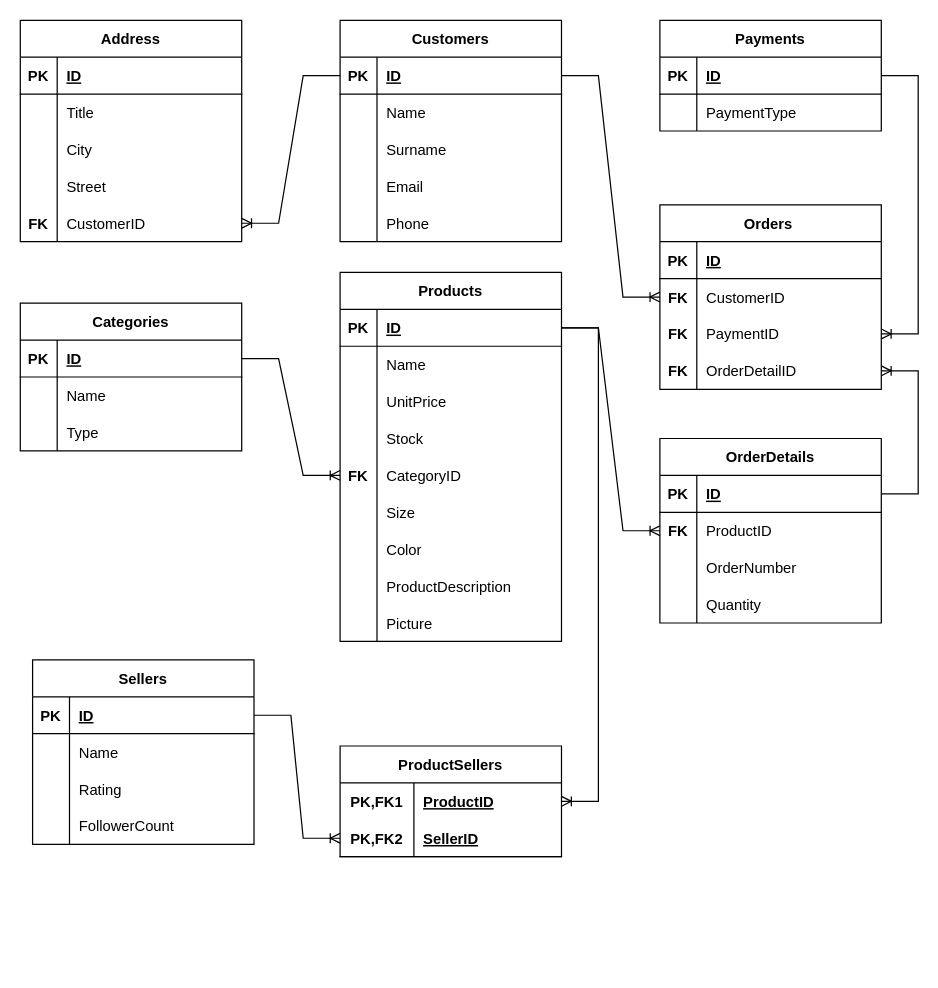
Before: E-Commerce-erDiagrams.drawio in niluferdone/EtiyaAkademi-Python, a draw.io diagram. Source tidied: cells renumbered, new cells numbered last; positions are measured from the earlier drawing's top-left corner, leaving out a move shared by most shapes. Both pictures are drawn from the tidied source at 123%, with x=0, y=0 at pixel (20, 20).
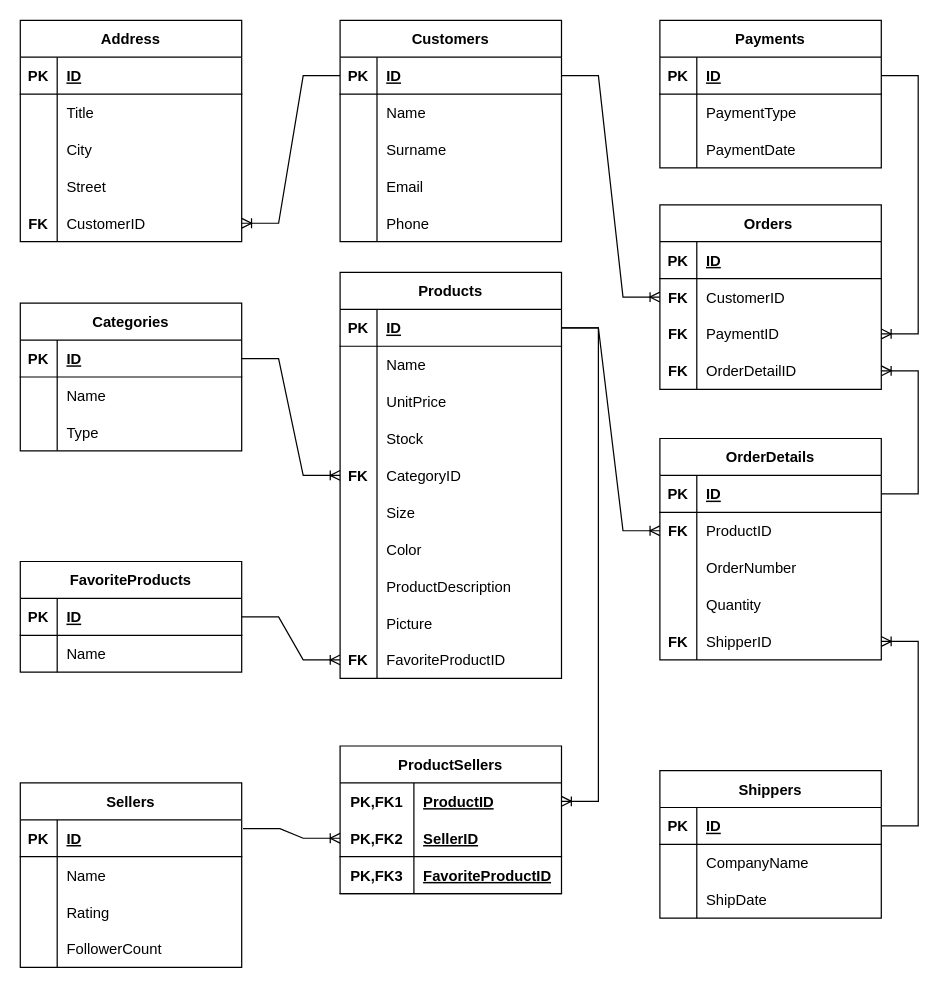
After the change.

The change refers to these unchanged cells:
```xml
<mxCell id="36" style="shape=tableRow;horizontal=0;startSize=0;swimlaneHead=0;swimlaneBody=0;fillColor=none;points=[[0,0.5],[1,0.5]];portConstraint=eastwest;top=0;left=0;right=0;bottom=1;" parent="35" vertex="1">
  <mxGeometry y="30" width="180" height="30" as="geometry" />
</mxCell>
<mxCell id="91" style="shape=tableRow;horizontal=0;startSize=0;swimlaneHead=0;swimlaneBody=0;fillColor=none;points=[[0,0.5],[1,0.5]];portConstraint=eastwest;top=0;left=0;right=0;bottom=1;" parent="87" vertex="1">
  <mxGeometry y="60" width="180" height="30" as="geometry" />
</mxCell>
```

What changed in the source:
```diff
@@
     <mxCell id="35" value="Sellers" style="shape=table;startSize=30;childLayout=tableLayout;rowLines=0;fontStyle=1;align=center;" parent="1" vertex="1">
-      <mxGeometry x="10" y="520" width="180" height="150" as="geometry" />
+      <mxGeometry y="620" width="180" height="150" as="geometry" />
     </mxCell>
@@
     <mxCell id="48" value="Products" style="shape=table;startSize=30;childLayout=tableLayout;rowLines=0;fontStyle=1;align=center;" parent="1" vertex="1">
-      <mxGeometry x="260" y="205" width="180" height="300" as="geometry" />
+      <mxGeometry x="260" y="205" width="180" height="330" as="geometry" />
     </mxCell>
@@
+    <mxCell id="133" style="shape=tableRow;horizontal=0;startSize=0;swimlaneHead=0;swimlaneBody=0;fillColor=none;points=[[0,0.5],[1,0.5]];portConstraint=eastwest;top=0;left=0;right=0;bottom=0;" parent="48" vertex="1">
+      <mxGeometry y="300" width="180" height="30" as="geometry" />
+    </mxCell>
+    <mxCell id="134" value="FK" style="shape=partialRectangle;fillColor=none;top=0;left=0;bottom=0;right=0;overflow=hidden;fontStyle=1;" parent="133" vertex="1">
+      <mxGeometry width="30" height="30" as="geometry" />
+    </mxCell>
+    <mxCell id="135" value="FavoriteProductID" style="shape=partialRectangle;fillColor=none;top=0;left=0;bottom=0;right=0;align=left;spacingLeft=6;overflow=hidden;" parent="133" vertex="1">
+      <mxGeometry x="30" width="150" height="30" as="geometry" />
+    </mxCell>
@@
     <mxCell id="87" value="ProductSellers" style="shape=table;startSize=30;childLayout=tableLayout;rowLines=0;fontStyle=1;align=center;" parent="1" vertex="1">
-      <mxGeometry x="260" y="590" width="180" height="90" as="geometry" />
+      <mxGeometry x="260" y="590" width="180" height="120" as="geometry" />
     </mxCell>
@@
+    <mxCell id="136" style="shape=tableRow;horizontal=0;startSize=0;swimlaneHead=0;swimlaneBody=0;fillColor=none;top=0;left=0;right=0;bottom=1;" parent="87" vertex="1">
+      <mxGeometry y="90" width="180" height="30" as="geometry" />
+    </mxCell>
+    <mxCell id="137" value="PK,FK3" style="shape=partialRectangle;fillColor=none;top=0;left=0;bottom=0;right=0;fontStyle=1;overflow=hidden;" parent="136" vertex="1">
+      <mxGeometry width="60" height="30" as="geometry" />
+    </mxCell>
+    <mxCell id="138" value="FavoriteProductID" style="shape=partialRectangle;fillColor=none;top=0;left=0;bottom=0;right=0;align=left;spacingLeft=6;fontStyle=5;overflow=hidden;" parent="136" vertex="1">
+      <mxGeometry x="60" width="120" height="30" as="geometry" />
+    </mxCell>
@@
-    <mxCell id="95" style="edgeStyle=entityRelationEdgeStyle;fontSize=12;html=1;endArrow=ERoneToMany;rounded=0;exitX=1;exitY=0.5;exitDx=0;exitDy=0;entryX=0;entryY=0.5;entryDx=0;entryDy=0;" parent="1" edge="1" source="36" target="91">
-      <mxGeometry relative="1" as="geometry" />
-    </mxCell>
@@
     <mxCell id="109" value="Payments" style="shape=table;startSize=30;childLayout=tableLayout;rowLines=0;fontStyle=1;align=center;" parent="1" vertex="1">
-      <mxGeometry x="520" width="180" height="90" as="geometry" />
+      <mxGeometry x="520" width="180" height="120" as="geometry" />
     </mxCell>
@@
+    <mxCell id="139" style="shape=tableRow;horizontal=0;startSize=0;swimlaneHead=0;swimlaneBody=0;fillColor=none;top=0;left=0;right=0;bottom=0;" parent="109" vertex="1">
+      <mxGeometry y="90" width="180" height="30" as="geometry" />
+    </mxCell>
+    <mxCell id="140" style="shape=partialRectangle;fillColor=none;top=0;left=0;bottom=0;right=0;overflow=hidden;" parent="139" vertex="1">
+      <mxGeometry width="30" height="30" as="geometry" />
+    </mxCell>
+    <mxCell id="141" value="PaymentDate" style="shape=partialRectangle;fillColor=none;top=0;left=0;bottom=0;right=0;align=left;spacingLeft=6;overflow=hidden;" parent="139" vertex="1">
+      <mxGeometry x="30" width="150" height="30" as="geometry" />
+    </mxCell>
     <mxCell id="116" value="OrderDetails" style="shape=table;startSize=30;childLayout=tableLayout;rowLines=0;fontStyle=1;align=center;" parent="1" vertex="1">
-      <mxGeometry x="520" y="340" width="180" height="150" as="geometry" />
+      <mxGeometry x="520" y="340" width="180" height="180" as="geometry" />
     </mxCell>
@@
+    <mxCell id="142" style="shape=tableRow;horizontal=0;startSize=0;swimlaneHead=0;swimlaneBody=0;fillColor=none;points=[[0,0.5],[1,0.5]];portConstraint=eastwest;top=0;left=0;right=0;bottom=0;" parent="116" vertex="1">
+      <mxGeometry y="150" width="180" height="30" as="geometry" />
+    </mxCell>
+    <mxCell id="143" value="FK" style="shape=partialRectangle;fillColor=none;top=0;left=0;bottom=0;right=0;overflow=hidden;fontStyle=1;" parent="142" vertex="1">
+      <mxGeometry width="30" height="30" as="geometry" />
+    </mxCell>
+    <mxCell id="144" value="ShipperID" style="shape=partialRectangle;fillColor=none;top=0;left=0;bottom=0;right=0;align=left;spacingLeft=6;overflow=hidden;" parent="142" vertex="1">
+      <mxGeometry x="30" width="150" height="30" as="geometry" />
+    </mxCell>
@@
+    <mxCell id="145" value="Shippers" style="shape=table;startSize=30;childLayout=tableLayout;rowLines=0;fontStyle=1;align=center;" parent="1" vertex="1">
+      <mxGeometry x="520" y="610" width="180" height="120" as="geometry" />
+    </mxCell>
+    <mxCell id="146" style="shape=tableRow;horizontal=0;startSize=0;swimlaneHead=0;swimlaneBody=0;fillColor=none;points=[[0,0.5],[1,0.5]];portConstraint=eastwest;top=0;left=0;right=0;bottom=1;" parent="145" vertex="1">
+      <mxGeometry y="30" width="180" height="30" as="geometry" />
+    </mxCell>
+    <mxCell id="147" value="PK" style="shape=partialRectangle;fillColor=none;top=0;left=0;bottom=0;right=0;fontStyle=1;overflow=hidden;" parent="146" vertex="1">
+      <mxGeometry width="30" height="30" as="geometry" />
+    </mxCell>
+    <mxCell id="148" value="ID" style="shape=partialRectangle;fillColor=none;top=0;left=0;bottom=0;right=0;align=left;spacingLeft=6;fontStyle=5;overflow=hidden;" parent="146" vertex="1">
+      <mxGeometry x="30" width="150" height="30" as="geometry" />
+    </mxCell>
+    <mxCell id="149" style="shape=tableRow;horizontal=0;startSize=0;swimlaneHead=0;swimlaneBody=0;fillColor=none;top=0;left=0;right=0;bottom=0;" parent="145" vertex="1">
+      <mxGeometry y="60" width="180" height="30" as="geometry" />
+    </mxCell>
+    <mxCell id="150" style="shape=partialRectangle;fillColor=none;top=0;left=0;bottom=0;right=0;overflow=hidden;" parent="149" vertex="1">
+      <mxGeometry width="30" height="30" as="geometry" />
+    </mxCell>
+    <mxCell id="151" value="CompanyName" style="shape=partialRectangle;fillColor=none;top=0;left=0;bottom=0;right=0;align=left;spacingLeft=6;overflow=hidden;" parent="149" vertex="1">
+      <mxGeometry x="30" width="150" height="30" as="geometry" />
+    </mxCell>
+    <mxCell id="152" style="shape=tableRow;horizontal=0;startSize=0;swimlaneHead=0;swimlaneBody=0;fillColor=none;top=0;left=0;right=0;bottom=0;" parent="145" vertex="1">
+      <mxGeometry y="90" width="180" height="30" as="geometry" />
+    </mxCell>
+    <mxCell id="153" style="shape=partialRectangle;fillColor=none;top=0;left=0;bottom=0;right=0;overflow=hidden;" parent="152" vertex="1">
+      <mxGeometry width="30" height="30" as="geometry" />
+    </mxCell>
+    <mxCell id="154" value="ShipDate" style="shape=partialRectangle;fillColor=none;top=0;left=0;bottom=0;right=0;align=left;spacingLeft=6;overflow=hidden;" parent="152" vertex="1">
+      <mxGeometry x="30" width="150" height="30" as="geometry" />
+    </mxCell>
+    <mxCell id="155" style="edgeStyle=entityRelationEdgeStyle;fontSize=12;html=1;endArrow=ERoneToMany;rounded=0;entryX=1;entryY=0.5;entryDx=0;entryDy=0;exitX=1;exitY=0.5;exitDx=0;exitDy=0;" parent="1" edge="1" source="146" target="142">
+      <mxGeometry relative="1" as="geometry" />
+    </mxCell>
+    <mxCell id="95" style="edgeStyle=entityRelationEdgeStyle;fontSize=12;html=1;endArrow=ERoneToMany;rounded=0;entryX=0;entryY=0.5;entryDx=0;entryDy=0;exitX=1.006;exitY=0.242;exitDx=0;exitDy=0;exitPerimeter=0;" parent="1" edge="1" source="36" target="91">
+      <mxGeometry relative="1" as="geometry" />
+    </mxCell>
+    <mxCell id="156" value="FavoriteProducts" style="shape=table;startSize=30;childLayout=tableLayout;rowLines=0;fontStyle=1;align=center;" parent="1" vertex="1">
+      <mxGeometry y="440" width="180" height="90" as="geometry" />
+    </mxCell>
+    <mxCell id="157" style="shape=tableRow;horizontal=0;startSize=0;swimlaneHead=0;swimlaneBody=0;fillColor=none;points=[[0,0.5],[1,0.5]];portConstraint=eastwest;top=0;left=0;right=0;bottom=1;" parent="156" vertex="1">
+      <mxGeometry y="30" width="180" height="30" as="geometry" />
+    </mxCell>
+    <mxCell id="158" value="PK" style="shape=partialRectangle;fillColor=none;top=0;left=0;bottom=0;right=0;fontStyle=1;overflow=hidden;" parent="157" vertex="1">
+      <mxGeometry width="30" height="30" as="geometry" />
+    </mxCell>
+    <mxCell id="159" value="ID" style="shape=partialRectangle;fillColor=none;top=0;left=0;bottom=0;right=0;align=left;spacingLeft=6;fontStyle=5;overflow=hidden;" parent="157" vertex="1">
+      <mxGeometry x="30" width="150" height="30" as="geometry" />
+    </mxCell>
+    <mxCell id="160" style="shape=tableRow;horizontal=0;startSize=0;swimlaneHead=0;swimlaneBody=0;fillColor=none;top=0;left=0;right=0;bottom=0;" parent="156" vertex="1">
+      <mxGeometry y="60" width="180" height="30" as="geometry" />
+    </mxCell>
+    <mxCell id="161" style="shape=partialRectangle;fillColor=none;top=0;left=0;bottom=0;right=0;overflow=hidden;" parent="160" vertex="1">
+      <mxGeometry width="30" height="30" as="geometry" />
+    </mxCell>
+    <mxCell id="162" value="Name" style="shape=partialRectangle;fillColor=none;top=0;left=0;bottom=0;right=0;align=left;spacingLeft=6;overflow=hidden;" parent="160" vertex="1">
+      <mxGeometry x="30" width="150" height="30" as="geometry" />
+    </mxCell>
+    <mxCell id="163" style="edgeStyle=entityRelationEdgeStyle;fontSize=12;html=1;endArrow=ERoneToMany;rounded=0;entryX=0;entryY=0.5;entryDx=0;entryDy=0;exitX=1;exitY=0.5;exitDx=0;exitDy=0;" parent="1" edge="1" source="157" target="133">
+      <mxGeometry relative="1" as="geometry" />
+    </mxCell>
```
